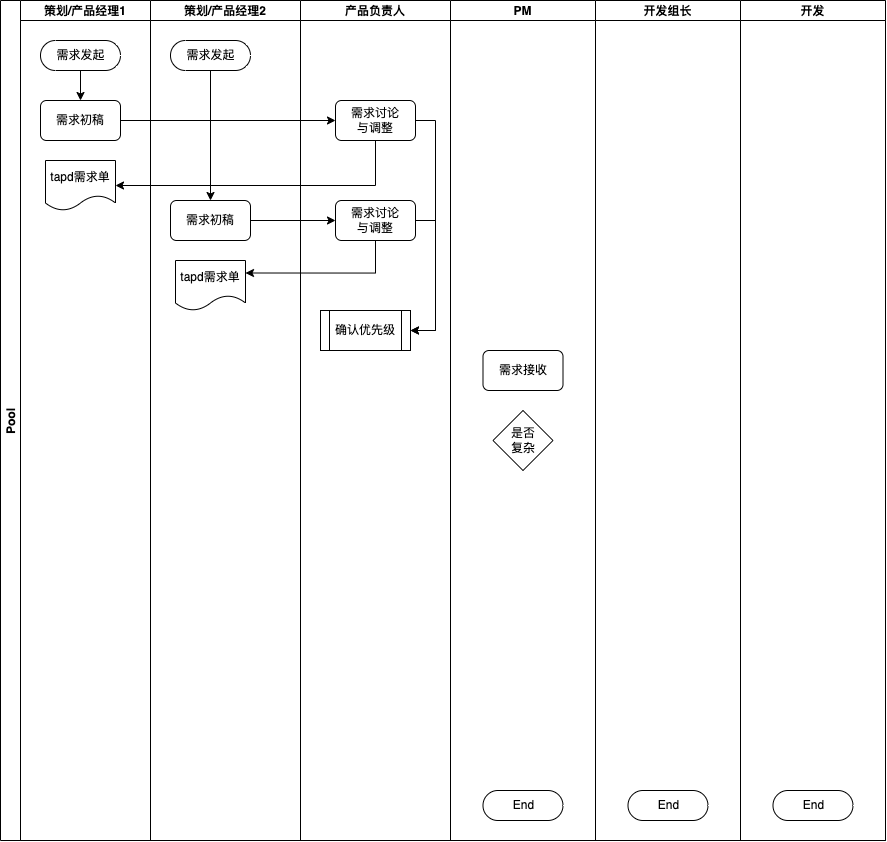
This is Untitled Diagram.drawio.png from derek964/the-economist-ebooks, a draw.io export, as it was before one commit. Source tidied: cells renumbered, new cells last; positions are measured from the earlier drawing's top-left corner, leaving out a move shared by most shapes.
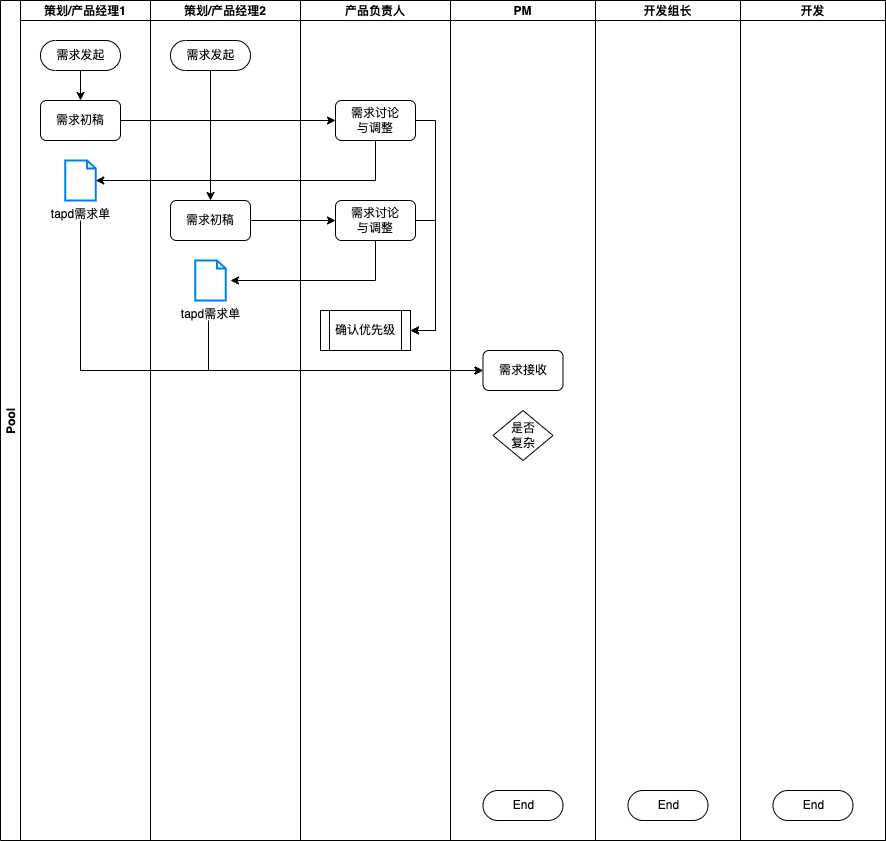
Above is the later version.

What changed in the source:
```diff
@@ -17,9 +17,9 @@
     <mxCell id="6" value="需求初稿" style="rounded=1;whiteSpace=wrap;html=1;" parent="3" vertex="1">
       <mxGeometry x="20" y="100" width="80" height="40" as="geometry" />
     </mxCell>
-    <mxCell id="7" value="tapd需求单" style="shape=document;whiteSpace=wrap;html=1;boundedLbl=1;" parent="3" vertex="1">
-      <mxGeometry x="25" y="160" width="70" height="50" as="geometry" />
-    </mxCell>
+    <mxCell id="31" value="tapd需求单" style="html=1;verticalLabelPosition=bottom;align=center;labelBackgroundColor=#ffffff;verticalAlign=top;strokeWidth=2;strokeColor=#0080F0;shadow=0;dashed=0;shape=mxgraph.ios7.icons.document;fillColor=#FFFFFF;" parent="3" vertex="1">
+      <mxGeometry x="44.8" y="160" width="30.5" height="40" as="geometry" />
+    </mxCell>
     <mxCell id="8" value="策划/产品经理2" style="swimlane;startSize=20;" parent="2" vertex="1">
       <mxGeometry x="150" width="150" height="840" as="geometry" />
     </mxCell>
@@ -32,9 +32,9 @@
     <mxCell id="11" style="edgeStyle=orthogonalEdgeStyle;rounded=0;jettySize=auto;html=1;" parent="8" edge="1" source="9" target="10">
       <mxGeometry relative="1" as="geometry" />
     </mxCell>
-    <mxCell id="12" value="tapd需求单" style="shape=document;whiteSpace=wrap;html=1;boundedLbl=1;" parent="8" vertex="1">
-      <mxGeometry x="25" y="260" width="70" height="50" as="geometry" />
-    </mxCell>
+    <mxCell id="32" value="tapd需求单" style="html=1;verticalLabelPosition=bottom;align=center;labelBackgroundColor=#ffffff;verticalAlign=top;strokeWidth=2;strokeColor=#0080F0;shadow=0;dashed=0;shape=mxgraph.ios7.icons.document;fillColor=#FFFFFF;" parent="8" vertex="1">
+      <mxGeometry x="44.8" y="260" width="30.5" height="40" as="geometry" />
+    </mxCell>
     <mxCell id="13" style="edgeStyle=orthogonalEdgeStyle;rounded=0;jettySize=auto;html=1;" parent="2" edge="1" source="10" target="17">
       <mxGeometry relative="1" as="geometry" />
     </mxCell>
@@ -71,7 +71,7 @@
       <mxGeometry x="32.5" y="350" width="80" height="40" as="geometry" />
     </mxCell>
     <mxCell id="23" value="是否&lt;br&gt;复杂" style="rhombus;whiteSpace=wrap;html=1;fillColor=#FFFFFF;" parent="20" vertex="1">
-      <mxGeometry x="42.5" y="410" width="60" height="60" as="geometry" />
+      <mxGeometry x="42.5" y="410" width="60" height="50" as="geometry" />
     </mxCell>
     <mxCell id="24" value="开发组长" style="swimlane;startSize=20;" parent="2" vertex="1">
       <mxGeometry x="595" width="145" height="840" as="geometry" />
@@ -88,11 +88,36 @@
     <mxCell id="28" style="edgeStyle=orthogonalEdgeStyle;rounded=0;jettySize=auto;html=1;entryX=0;entryY=0.5;entryDx=0;entryDy=0;exitX=1;exitY=0.5;exitDx=0;exitDy=0;" parent="2" edge="1" source="6" target="16">
       <mxGeometry relative="1" as="geometry" />
     </mxCell>
-    <mxCell id="29" style="edgeStyle=orthogonalEdgeStyle;rounded=0;jettySize=auto;html=1;entryX=1;entryY=0.5;entryDx=0;entryDy=0;exitX=0.5;exitY=1;exitDx=0;exitDy=0;" parent="2" edge="1" source="16" target="7">
-      <mxGeometry relative="1" as="geometry" />
+    <mxCell id="29" style="edgeStyle=orthogonalEdgeStyle;rounded=0;jettySize=auto;html=1;exitX=0.5;exitY=1;exitDx=0;exitDy=0;" parent="2" edge="1" source="16" target="31">
+      <mxGeometry relative="1" as="geometry">
+        <Array as="points">
+          <mxPoint x="375" y="180" />
+        </Array>
+      </mxGeometry>
     </mxCell>
-    <mxCell id="30" style="edgeStyle=orthogonalEdgeStyle;rounded=0;jettySize=auto;html=1;startArrow=none;entryX=1;entryY=0.25;entryDx=0;entryDy=0;exitX=0.5;exitY=1;exitDx=0;exitDy=0;" parent="2" edge="1" source="17" target="12">
-      <mxGeometry relative="1" as="geometry" />
+    <mxCell id="30" style="edgeStyle=orthogonalEdgeStyle;rounded=0;jettySize=auto;html=1;startArrow=none;exitX=0.5;exitY=1;exitDx=0;exitDy=0;" parent="2" edge="1" source="17">
+      <mxGeometry relative="1" as="geometry">
+        <mxPoint x="230" y="280" as="targetPoint" />
+        <Array as="points">
+          <mxPoint x="375" y="280" />
+        </Array>
+      </mxGeometry>
     </mxCell>
+    <mxCell id="33" style="edgeStyle=orthogonalEdgeStyle;rounded=0;jettySize=auto;html=1;entryX=0;entryY=0.5;entryDx=0;entryDy=0;" parent="2" edge="1" target="22">
+      <mxGeometry relative="1" as="geometry">
+        <mxPoint x="80" y="220" as="sourcePoint" />
+        <Array as="points">
+          <mxPoint x="80" y="370" />
+        </Array>
+      </mxGeometry>
+    </mxCell>
+    <mxCell id="34" style="edgeStyle=orthogonalEdgeStyle;rounded=0;jettySize=auto;html=1;entryX=0;entryY=0.5;entryDx=0;entryDy=0;" parent="2" edge="1" target="22">
+      <mxGeometry relative="1" as="geometry">
+        <mxPoint x="208" y="320" as="sourcePoint" />
+        <Array as="points">
+          <mxPoint x="208" y="370" />
+        </Array>
+      </mxGeometry>
+    </mxCell>
   </root>
 </mxGraphModel>
```
